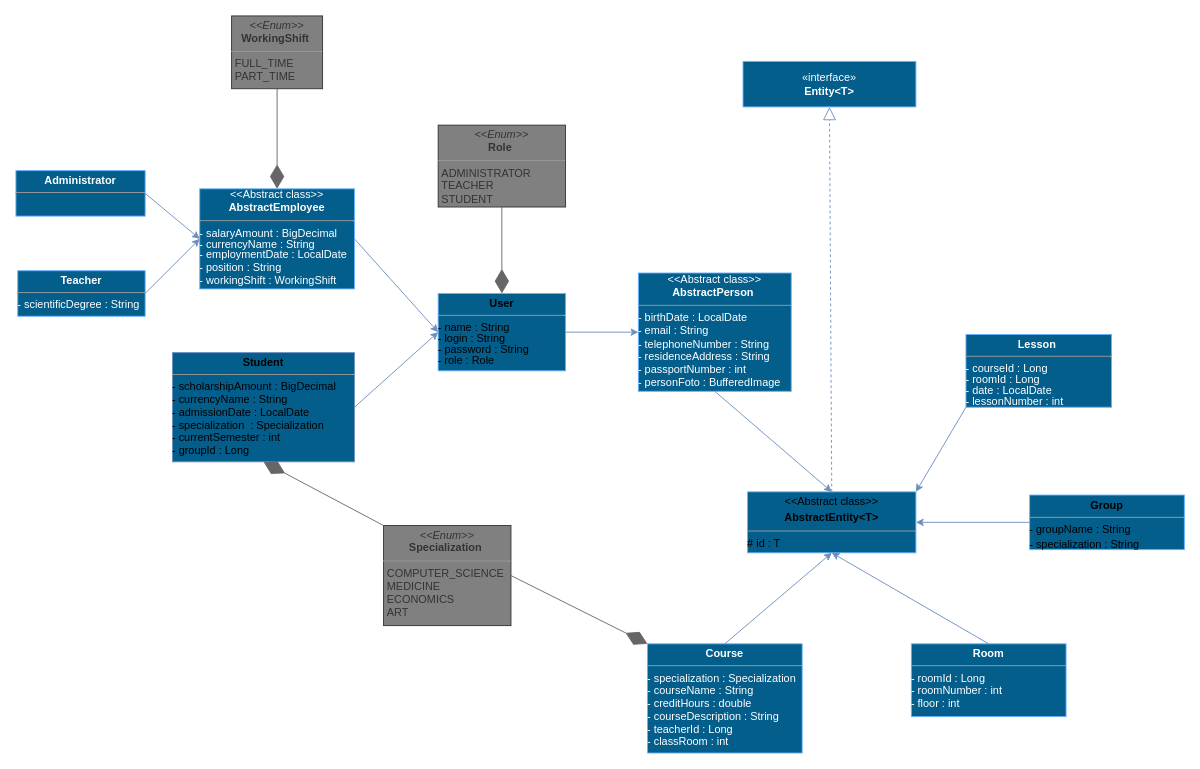
The draw.io diagram entity_hierarchy.drawio in AndreiKurbatov/university-cms-docs, before the edit. Source tidied: cells renumbered, new cells numbered last; positions are measured from the earlier drawing's top-left corner, leaving out a move shared by most shapes. Both pictures are drawn from the tidied source at 91%, with x=0, y=0 at pixel (15, 15).
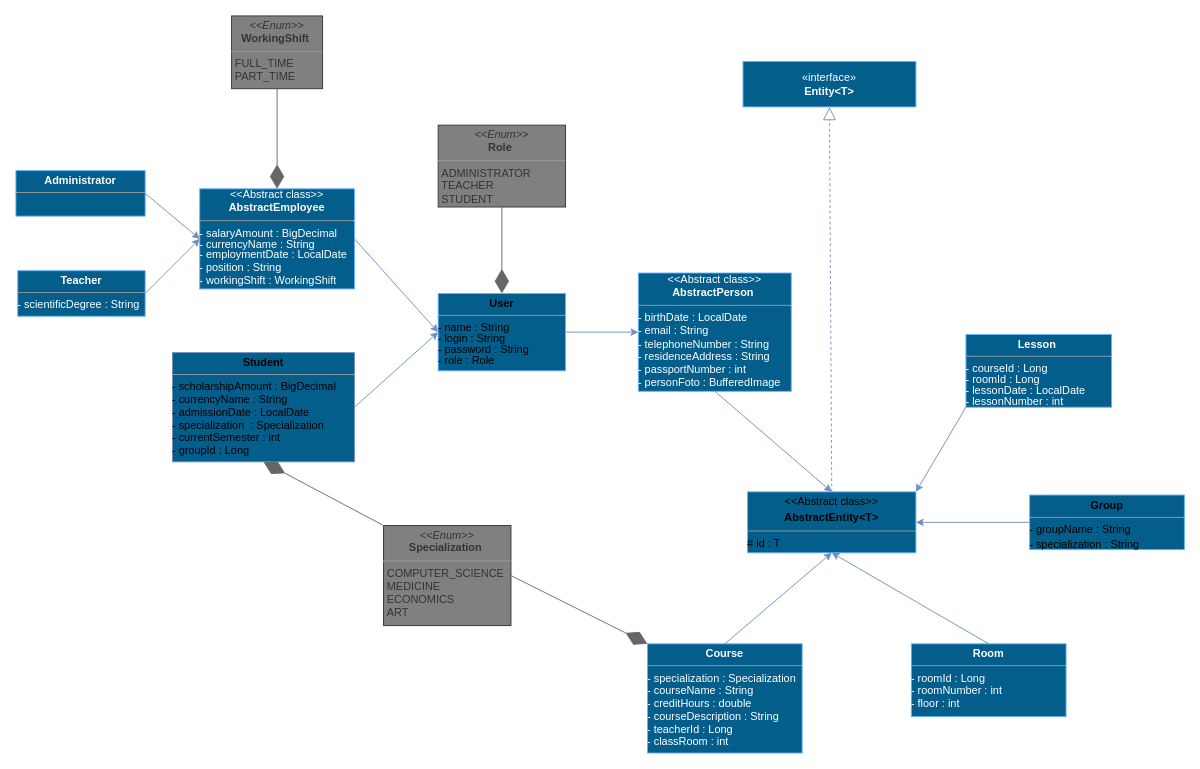
The same diagram, later.

Commit message (it also covers changes not shown here):
update docs: the field in Lesson class is changed: date -> lessonDate

Diff of the diagram source:
```diff
@@
-    <mxCell id="24" value="&lt;p style=&quot;margin:0px;margin-top:4px;text-align:center;&quot;&gt;&lt;b&gt;Lesson&amp;nbsp;&lt;/b&gt;&lt;br&gt;&lt;/p&gt;&lt;hr size=&quot;1&quot;&gt;&lt;div style=&quot;height:2px;&quot;&gt;- courseId : Long&amp;nbsp;&lt;/div&gt;&lt;div style=&quot;height:2px;&quot;&gt;&lt;br&gt;&lt;/div&gt;&lt;div style=&quot;height:2px;&quot;&gt;&lt;br&gt;&lt;/div&gt;&lt;div style=&quot;height:2px;&quot;&gt;&lt;br&gt;&lt;/div&gt;&lt;div style=&quot;height:2px;&quot;&gt;&lt;br&gt;&lt;/div&gt;&lt;div style=&quot;height:2px;&quot;&gt;&lt;br&gt;&lt;/div&gt;&lt;div style=&quot;height:2px;&quot;&gt;- roomId : Long&amp;nbsp;&amp;nbsp;&lt;/div&gt;&lt;div style=&quot;height:2px;&quot;&gt;&lt;br&gt;&lt;/div&gt;&lt;div style=&quot;height:2px;&quot;&gt;&lt;br&gt;&lt;/div&gt;&lt;div style=&quot;height:2px;&quot;&gt;&lt;br&gt;&lt;/div&gt;&lt;div style=&quot;height:2px;&quot;&gt;&lt;br&gt;&lt;/div&gt;&lt;div style=&quot;height:2px;&quot;&gt;&lt;br&gt;&lt;/div&gt;&lt;div style=&quot;height:2px;&quot;&gt;- date : LocalDate&lt;/div&gt;&lt;div style=&quot;height:2px;&quot;&gt;&lt;br&gt;&lt;/div&gt;&lt;div style=&quot;height:2px;&quot;&gt;&lt;br&gt;&lt;/div&gt;&lt;div style=&quot;height:2px;&quot;&gt;&lt;br&gt;&lt;/div&gt;&lt;div style=&quot;height:2px;&quot;&gt;&lt;br&gt;&lt;/div&gt;&lt;div style=&quot;height:2px;&quot;&gt;&lt;br&gt;&lt;/div&gt;&lt;div style=&quot;height:2px;&quot;&gt;-&amp;nbsp;lessonNumber : int&amp;nbsp;&amp;nbsp;&lt;/div&gt;&lt;div style=&quot;height:2px;&quot;&gt;&lt;br&gt;&lt;/div&gt;&lt;div style=&quot;height:2px;&quot;&gt;&lt;br&gt;&lt;/div&gt;&lt;div style=&quot;height:2px;&quot;&gt;&lt;br&gt;&lt;/div&gt;&lt;div style=&quot;height:2px;&quot;&gt;&lt;br&gt;&lt;/div&gt;&lt;div style=&quot;height:2px;&quot;&gt;&lt;br&gt;&lt;/div&gt;&lt;div style=&quot;height:2px;&quot;&gt;&lt;br&gt;&lt;/div&gt;" style="verticalAlign=top;align=left;overflow=fill;fontSize=12;fontFamily=Helvetica;html=1;whiteSpace=wrap;fillColor=#045E8B;strokeColor=#66B2FF;fontColor=#ffffff;" parent="1" vertex="1">
+    <mxCell id="24" value="&lt;p style=&quot;margin:0px;margin-top:4px;text-align:center;&quot;&gt;&lt;b&gt;Lesson&amp;nbsp;&lt;/b&gt;&lt;br&gt;&lt;/p&gt;&lt;hr size=&quot;1&quot;&gt;&lt;div style=&quot;height:2px;&quot;&gt;- courseId : Long&amp;nbsp;&lt;/div&gt;&lt;div style=&quot;height:2px;&quot;&gt;&lt;br&gt;&lt;/div&gt;&lt;div style=&quot;height:2px;&quot;&gt;&lt;br&gt;&lt;/div&gt;&lt;div style=&quot;height:2px;&quot;&gt;&lt;br&gt;&lt;/div&gt;&lt;div style=&quot;height:2px;&quot;&gt;&lt;br&gt;&lt;/div&gt;&lt;div style=&quot;height:2px;&quot;&gt;&lt;br&gt;&lt;/div&gt;&lt;div style=&quot;height:2px;&quot;&gt;- roomId : Long&amp;nbsp;&amp;nbsp;&lt;/div&gt;&lt;div style=&quot;height:2px;&quot;&gt;&lt;br&gt;&lt;/div&gt;&lt;div style=&quot;height:2px;&quot;&gt;&lt;br&gt;&lt;/div&gt;&lt;div style=&quot;height:2px;&quot;&gt;&lt;br&gt;&lt;/div&gt;&lt;div style=&quot;height:2px;&quot;&gt;&lt;br&gt;&lt;/div&gt;&lt;div style=&quot;height:2px;&quot;&gt;&lt;br&gt;&lt;/div&gt;&lt;div style=&quot;height:2px;&quot;&gt;- lessonDate : LocalDate&lt;/div&gt;&lt;div style=&quot;height:2px;&quot;&gt;&lt;br&gt;&lt;/div&gt;&lt;div style=&quot;height:2px;&quot;&gt;&lt;br&gt;&lt;/div&gt;&lt;div style=&quot;height:2px;&quot;&gt;&lt;br&gt;&lt;/div&gt;&lt;div style=&quot;height:2px;&quot;&gt;&lt;br&gt;&lt;/div&gt;&lt;div style=&quot;height:2px;&quot;&gt;&lt;br&gt;&lt;/div&gt;&lt;div style=&quot;height:2px;&quot;&gt;-&amp;nbsp;lessonNumber : int&amp;nbsp;&amp;nbsp;&lt;/div&gt;&lt;div style=&quot;height:2px;&quot;&gt;&lt;br&gt;&lt;/div&gt;&lt;div style=&quot;height:2px;&quot;&gt;&lt;br&gt;&lt;/div&gt;&lt;div style=&quot;height:2px;&quot;&gt;&lt;br&gt;&lt;/div&gt;&lt;div style=&quot;height:2px;&quot;&gt;&lt;br&gt;&lt;/div&gt;&lt;div style=&quot;height:2px;&quot;&gt;&lt;br&gt;&lt;/div&gt;&lt;div style=&quot;height:2px;&quot;&gt;&lt;br&gt;&lt;/div&gt;" style="verticalAlign=top;align=left;overflow=fill;fontSize=12;fontFamily=Helvetica;html=1;whiteSpace=wrap;fillColor=#045E8B;strokeColor=#66B2FF;fontColor=#ffffff;" parent="1" vertex="1">
       <mxGeometry x="1044" y="350" width="160" height="80" as="geometry" />
     </mxCell>
```
